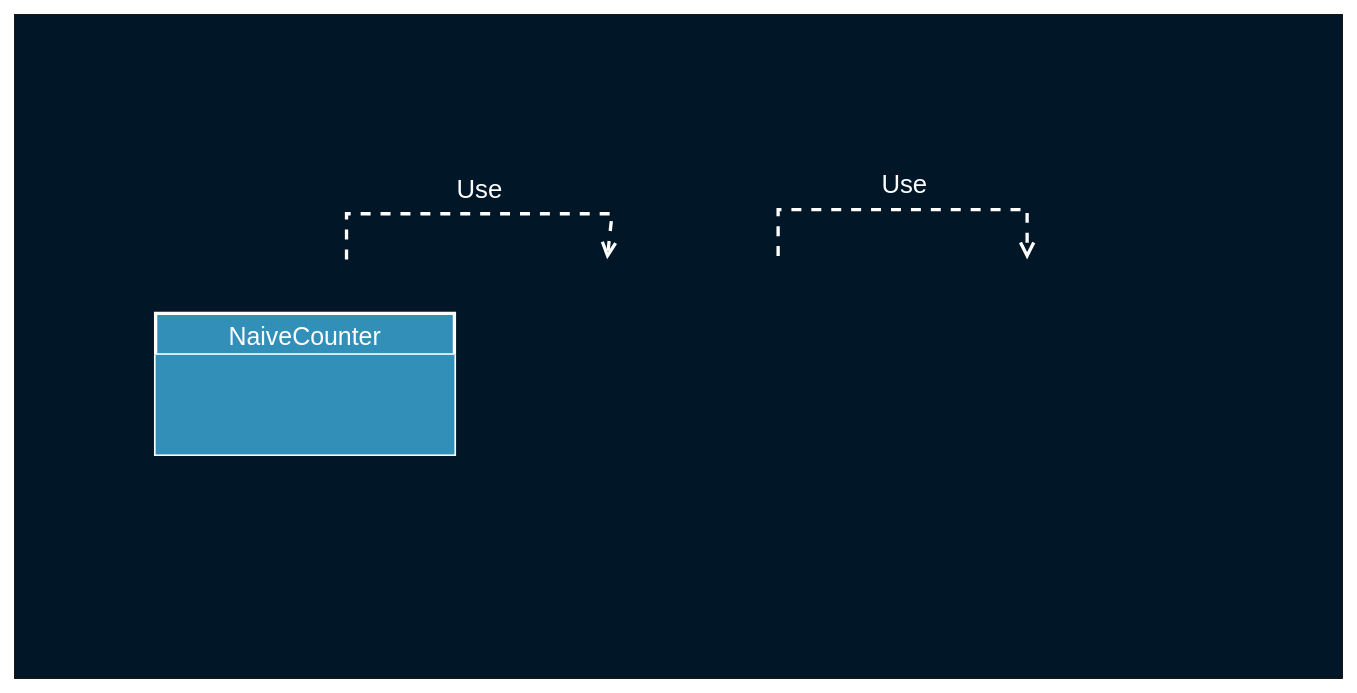
Above: deck/diagrams/naiveLogger.drawio in softspiders/dip-in-ca-deck (draw.io), before the change. Source tidied: cells renumbered, new cells numbered last; positions are measured from the earlier drawing's top-left corner, leaving out a move shared by most shapes. Both pictures are drawn from the tidied source at 83%, with x=0, y=0 at pixel (14, 14).
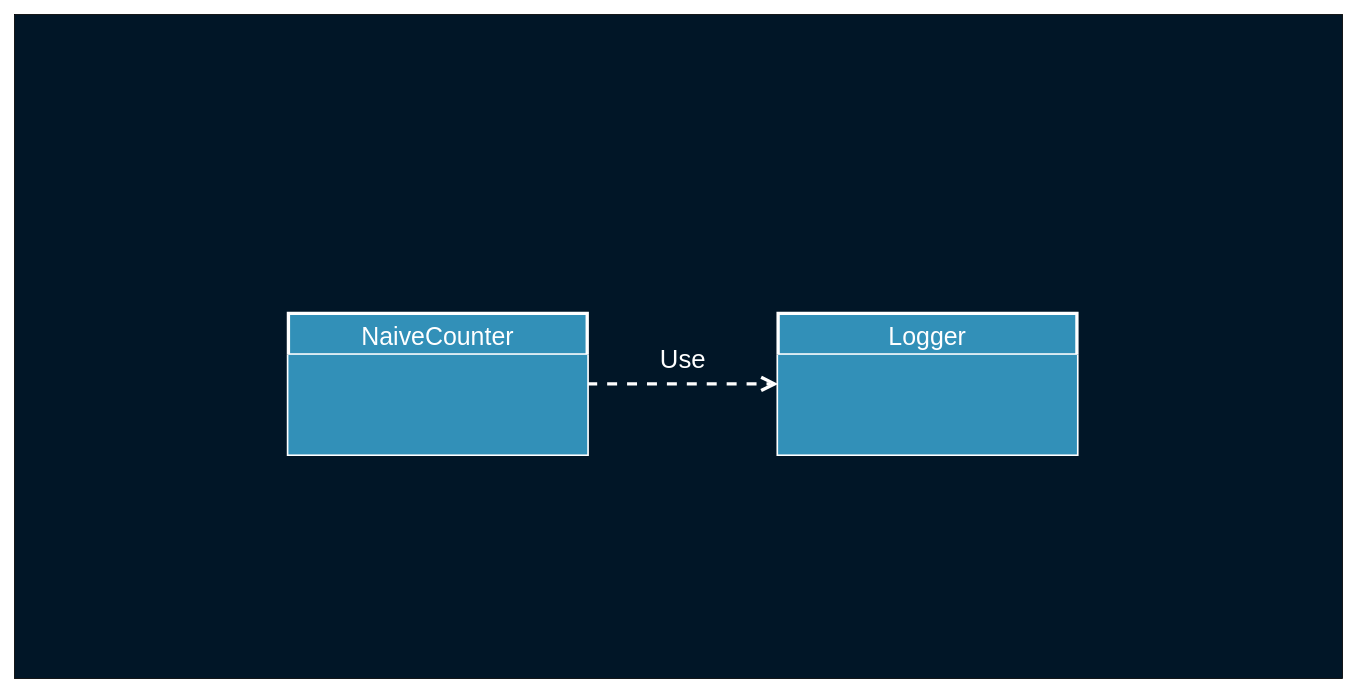
The same page after the edit.

The edit, as a diff of the source:
```diff
@@
 <mxGraphModel background="#ffffff">
   <root>
     <mxCell id="0" />
     <mxCell id="1" parent="0" />
     <mxCell id="2" style="rounded=0;whiteSpace=wrap;html=1;fillColor=#011627;fontSize=30;fontColor=#FFFFFF;strokeColor=#000000;" parent="1" vertex="1">
       <mxGeometry width="1600" height="800" as="geometry" />
     </mxCell>
-    <mxCell id="3" value="Use" style="endArrow=open;endSize=12;dashed=1;html=1;fontSize=31;fontColor=#FFFFFF;strokeColor=#FFFFFF;entryX=0.25;entryY=0;entryDx=0;entryDy=0;strokeWidth=4;exitX=0.75;exitY=0;exitDx=0;exitDy=0;labelBackgroundColor=none;rounded=0;" parent="1" edge="1">
-      <mxGeometry y="30" relative="1" as="geometry">
-        <mxPoint x="400" y="295" as="sourcePoint" />
-        <mxPoint x="714" y="295" as="targetPoint" />
-        <Array as="points">
-          <mxPoint x="400" y="240" />
-          <mxPoint x="720" y="240" />
-        </Array>
-      </mxGeometry>
+    <mxCell id="3" value="Use" style="endArrow=open;endSize=12;dashed=1;html=1;fontSize=31;fontColor=#FFFFFF;strokeColor=#FFFFFF;entryX=0;entryY=0.5;entryDx=0;entryDy=0;strokeWidth=4;exitX=1;exitY=0.5;exitDx=0;exitDy=0;labelBackgroundColor=none;rounded=0;" parent="1" edge="1" source="5" target="7">
+      <mxGeometry y="30" relative="1" as="geometry" />
     </mxCell>
-    <mxCell id="4" value="Use" style="endArrow=open;endSize=12;dashed=1;html=1;fontSize=31;fontColor=#FFFFFF;strokeColor=#FFFFFF;entryX=0.25;entryY=0;entryDx=0;entryDy=0;strokeWidth=4;labelBackgroundColor=none;rounded=0;" parent="1" edge="1">
-      <mxGeometry y="30" relative="1" as="geometry">
-        <mxPoint x="920" y="291" as="sourcePoint" />
-        <mxPoint x="1220" y="295" as="targetPoint" />
-        <Array as="points">
-          <mxPoint x="920" y="235" />
-          <mxPoint x="1220" y="235" />
-        </Array>
-      </mxGeometry>
-    </mxCell>
+    <mxCell id="7" value="Logger" style="swimlane;fontStyle=0;horizontal=1;startSize=50;fillColor=#3290B8;strokeColor=#FFFFFF;fontColor=#FFFFFF;strokeWidth=4;fontSize=30;" parent="1" vertex="1">
+      <mxGeometry x="920" y="360" width="360" height="170" as="geometry" />
+    </mxCell>
+    <mxCell id="8" style="text;html=1;strokeColor=none;fillColor=#3290B8;align=center;verticalAlign=middle;whiteSpace=wrap;rounded=0;fontSize=30;fontColor=#FFFFFF;" parent="7" vertex="1">
+      <mxGeometry y="50" width="360" height="120" as="geometry" />
+    </mxCell>
     <mxCell id="5" value="NaiveCounter" style="swimlane;fontStyle=0;horizontal=1;startSize=50;fillColor=#3290B8;strokeColor=#FFFFFF;fontColor=#FFFFFF;strokeWidth=4;fontSize=30;" parent="1" vertex="1">
-      <mxGeometry x="170" y="360" width="360" height="170" as="geometry" />
+      <mxGeometry x="330" y="360" width="360" height="170" as="geometry" />
     </mxCell>
     <mxCell id="6" style="text;html=1;strokeColor=none;fillColor=#3290B8;align=center;verticalAlign=middle;whiteSpace=wrap;rounded=0;fontSize=30;fontColor=#FFFFFF;" parent="5" vertex="1">
       <mxGeometry y="50" width="360" height="120" as="geometry" />
     </mxCell>
   </root>
 </mxGraphModel>
```
